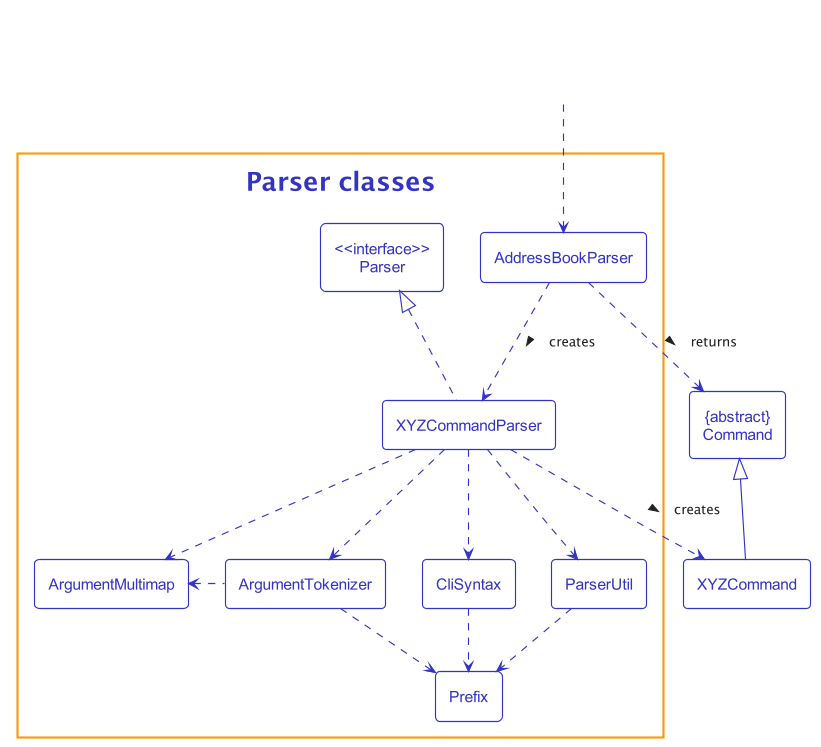
Earlier version of the PlantUML export docs/images/ParserClasses.png (nus-cs2103-AY2122S2/tp).
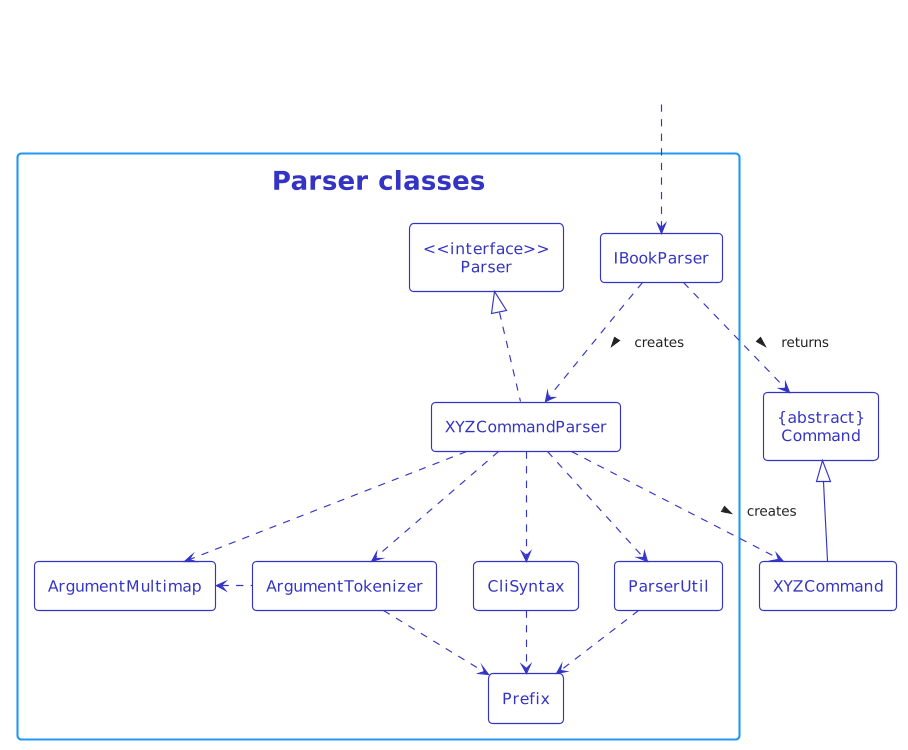
The same file after the commit.

Commit message:
Update Parser Class Diagram

The parser class diagram still contains AddressBookParser diagram

Change to the diagram source:
```diff
@@ -1,5 +1,101 @@
 @startuml
-!include style.puml
+!theme materia-outline
+
+
+!define UI_COLOR #1D8900
+!define UI_COLOR_T1 #83E769
+!define UI_COLOR_T2 #3FC71B
+!define UI_COLOR_T3 #166800
+!define UI_COLOR_T4 #0E4100
+
+!define LOGIC_COLOR #3333C4
+!define LOGIC_COLOR_T1 #C8C8FA
+!define LOGIC_COLOR_T2 #6A6ADC
+!define LOGIC_COLOR_T3 #1616B0
+!define LOGIC_COLOR_T4 #101086
+
+!define MODEL_COLOR #9D0012
+!define MODEL_COLOR_T1 #F97181
+!define MODEL_COLOR_T2 #E41F36
+!define MODEL_COLOR_T3 #7B000E
+!define MODEL_COLOR_T4 #51000A
+
+!define STORAGE_COLOR #A38300
+!define STORAGE_COLOR_T1 #FFE374
+!define STORAGE_COLOR_T2 #EDC520
+!define STORAGE_COLOR_T3 #806600
+!define STORAGE_COLOR_T2 #544400
+
+!define USER_COLOR #000000
+
+skinparam BackgroundColor #FFFFFFF
+
+skinparam Class {
+    FontName Arial
+    FontSize 15
+    StereotypeFontSize 13
+    BorderThickness 1.1
+}
+
+skinparam Actor {
+    BorderColor USER_COLOR
+    Color USER_COLOR
+    FontName Arial
+}
+
+skinparam Arrow {
+    Color #000000
+    FontSize 13
+    Thickness 1.1
+}
+
+skinparam Sequence {
+    MessageAlign center
+
+    BoxFontSize 15
+    BoxPadding 0
+    BoxFontColor #FFFFFF
+    BoxBorderColor #FFFFFF
+
+    FontColor #000000
+    FontName Arial
+
+    LifelineBorderColor #000000
+    LifelineBackgroundColor #FFFFFF
+}
+
+skinparam Participant {
+    FontColor #FFFFFFF
+    Padding 10
+    BorderColor #000000
+}
+
+skinparam Package {
+    Style Rectangle
+}
+
+skinparam MinClassWidth 50
+skinparam Shadowing false
+skinparam DefaultTextAlignment center
+skinparam TitleFontSize 25
+
+!procedure $OverrideTheme($theme_color)
+    skinparam TitleFontColor $theme_color
+    skinparam ArrowColor $theme_color
+    skinparam Class {
+        FontColor $theme_color
+        StereotypeFontColor $theme_color
+        BorderColor $theme_color
+
+        FontColor<<Hidden>> #FFFFFF
+        StereotypeFontColor<<Hidden>> #FFFFFF
+        BorderColor<<Hidden>> #FFFFFF
+    }
+!endprocedure
+
+hide footbox
+hide members
+hide circle
 
 $OverrideTheme(LOGIC_COLOR)
 
@@ -8,7 +104,7 @@
 
 package "Parser classes" {
     class "<<interface>>\nParser" as Parser
-    class AddressBookParser
+    class IBookParser
     class XYZCommandParser
     class CliSyntax
     class ParserUtil
@@ -18,12 +114,12 @@
 }
 
 class HiddenOutside<<Hidden>>
-HiddenOutside ..> AddressBookParser
+HiddenOutside ..> IBookParser
 
-AddressBookParser .down.> XYZCommandParser: creates >
+IBookParser .down.> XYZCommandParser: creates >
 
 XYZCommandParser ..> XYZCommand : creates >
-AddressBookParser ..> Command : returns >
+IBookParser ..> Command : returns >
 XYZCommandParser .up.|> Parser
 XYZCommandParser ..> ArgumentMultimap
 XYZCommandParser ..> ArgumentTokenizer
```
